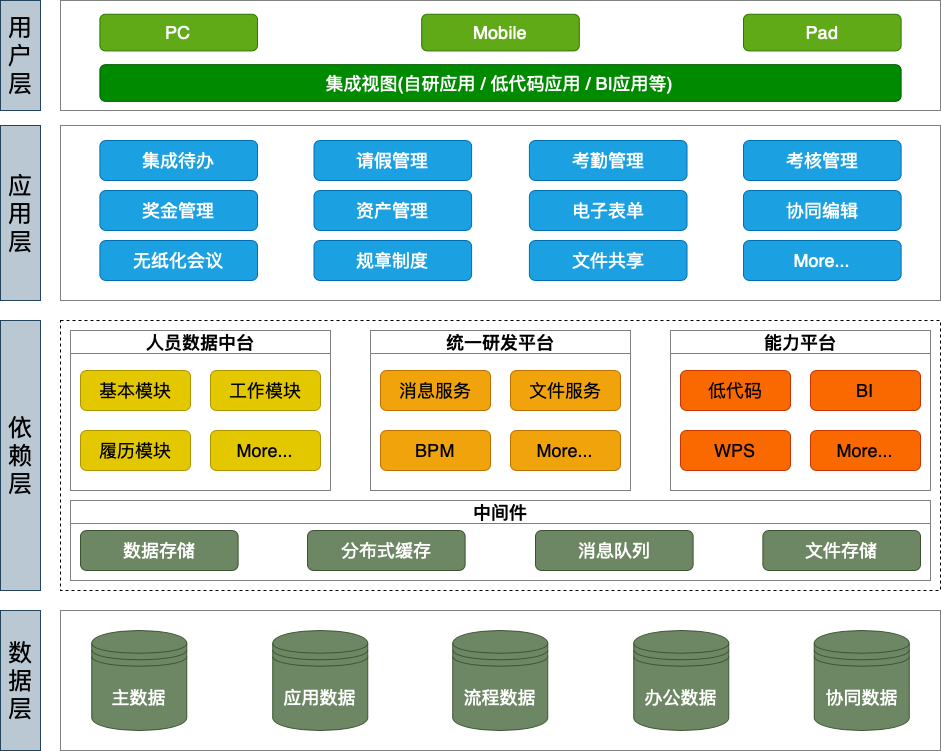
Before: cmp-platform-architecture-diagram.drawio.png, a diagram exported from draw.io (O70/diagram-hub). Source tidied: cells renumbered, new cells last; positions are measured from the earlier drawing's top-left corner, leaving out a move shared by most shapes. Its diagram source:
```xml
<mxGraphModel>
  <root>
    <mxCell id="0" />
    <mxCell id="1" parent="0" />
    <mxCell id="2" style="rounded=0;whiteSpace=wrap;html=1;dashed=1;" parent="1" vertex="1">
      <mxGeometry x="60" y="320" width="880" height="270" as="geometry" />
    </mxCell>
    <mxCell id="3" style="rounded=0;whiteSpace=wrap;html=1;strokeColor=#808080;" parent="1" vertex="1">
      <mxGeometry x="60" y="610" width="880" height="140" as="geometry" />
    </mxCell>
    <mxCell id="4" value="&lt;font size=&quot;5&quot;&gt;应用层&lt;/font&gt;" style="rounded=0;whiteSpace=wrap;html=1;fillColor=#bac8d3;strokeColor=#23445d;" parent="1" vertex="1">
      <mxGeometry y="125" width="40" height="175" as="geometry" />
    </mxCell>
    <mxCell id="5" value="&lt;font size=&quot;5&quot;&gt;依赖层&lt;/font&gt;" style="rounded=0;whiteSpace=wrap;html=1;fillColor=#bac8d3;strokeColor=#23445d;" parent="1" vertex="1">
      <mxGeometry y="320" width="40" height="270" as="geometry" />
    </mxCell>
    <mxCell id="6" style="group;" parent="1" vertex="1">
      <mxGeometry x="60" y="125" width="880" height="175" as="geometry" />
    </mxCell>
    <mxCell id="7" style="rounded=0;whiteSpace=wrap;html=1;flipH=0;flipV=1;strokeColor=#808080;" parent="6" vertex="1">
      <mxGeometry width="880" height="175" as="geometry" />
    </mxCell>
    <mxCell id="8" value="&lt;font size=&quot;4&quot;&gt;集成待办&lt;/font&gt;" style="rounded=1;whiteSpace=wrap;html=1;fillColor=#1ba1e2;fontColor=#ffffff;strokeColor=#006EAF;" parent="6" vertex="1">
      <mxGeometry x="39.4" y="15" width="157.6" height="40" as="geometry" />
    </mxCell>
    <mxCell id="9" value="&lt;font size=&quot;4&quot;&gt;请假管理&lt;/font&gt;" style="rounded=1;whiteSpace=wrap;html=1;fillColor=#1ba1e2;fontColor=#ffffff;strokeColor=#006EAF;" parent="6" vertex="1">
      <mxGeometry x="253.5" y="15" width="157.6" height="40" as="geometry" />
    </mxCell>
    <mxCell id="10" value="&lt;font size=&quot;4&quot;&gt;考勤管理&lt;/font&gt;" style="rounded=1;whiteSpace=wrap;html=1;fillColor=#1ba1e2;fontColor=#ffffff;strokeColor=#006EAF;" parent="6" vertex="1">
      <mxGeometry x="468.9" y="15" width="157.6" height="40" as="geometry" />
    </mxCell>
    <mxCell id="11" value="&lt;font size=&quot;4&quot;&gt;考核管理&lt;/font&gt;" style="rounded=1;whiteSpace=wrap;html=1;fillColor=#1ba1e2;fontColor=#ffffff;strokeColor=#006EAF;" parent="6" vertex="1">
      <mxGeometry x="683" y="15" width="157.6" height="40" as="geometry" />
    </mxCell>
    <mxCell id="12" value="&lt;font size=&quot;4&quot;&gt;奖金管理&lt;/font&gt;" style="rounded=1;whiteSpace=wrap;html=1;fillColor=#1ba1e2;fontColor=#ffffff;strokeColor=#006EAF;" parent="6" vertex="1">
      <mxGeometry x="39.4" y="65" width="157.6" height="40" as="geometry" />
    </mxCell>
    <mxCell id="13" value="&lt;font size=&quot;4&quot;&gt;资产管理&lt;/font&gt;" style="rounded=1;whiteSpace=wrap;html=1;fillColor=#1ba1e2;fontColor=#ffffff;strokeColor=#006EAF;" parent="6" vertex="1">
      <mxGeometry x="253.5" y="65" width="157.6" height="40" as="geometry" />
    </mxCell>
    <mxCell id="14" value="&lt;font style=&quot;font-size: 18px;&quot;&gt;电子表单&lt;/font&gt;" style="rounded=1;whiteSpace=wrap;html=1;fillColor=#1ba1e2;fontColor=#ffffff;strokeColor=#006EAF;" parent="6" vertex="1">
      <mxGeometry x="468.9" y="65" width="157.6" height="40" as="geometry" />
    </mxCell>
    <mxCell id="15" value="&lt;font size=&quot;4&quot;&gt;协同编辑&lt;/font&gt;" style="rounded=1;whiteSpace=wrap;html=1;fillColor=#1ba1e2;fontColor=#ffffff;strokeColor=#006EAF;" parent="6" vertex="1">
      <mxGeometry x="683" y="65" width="157.6" height="40" as="geometry" />
    </mxCell>
    <mxCell id="16" value="&lt;font size=&quot;4&quot;&gt;无纸化会议&lt;/font&gt;" style="rounded=1;whiteSpace=wrap;html=1;fillColor=#1ba1e2;fontColor=#ffffff;strokeColor=#006EAF;" parent="6" vertex="1">
      <mxGeometry x="39.4" y="115" width="157.6" height="40" as="geometry" />
    </mxCell>
    <mxCell id="17" value="&lt;font size=&quot;4&quot;&gt;规章制度&lt;/font&gt;" style="rounded=1;whiteSpace=wrap;html=1;fillColor=#1ba1e2;fontColor=#ffffff;strokeColor=#006EAF;" parent="6" vertex="1">
      <mxGeometry x="253.5" y="115" width="157.6" height="40" as="geometry" />
    </mxCell>
    <mxCell id="18" value="&lt;font size=&quot;4&quot;&gt;文件共享&lt;/font&gt;" style="rounded=1;whiteSpace=wrap;html=1;fillColor=#1ba1e2;fontColor=#ffffff;strokeColor=#006EAF;" parent="6" vertex="1">
      <mxGeometry x="468.9" y="115" width="157.6" height="40" as="geometry" />
    </mxCell>
    <mxCell id="19" value="&lt;font size=&quot;4&quot;&gt;More...&lt;/font&gt;" style="rounded=1;whiteSpace=wrap;html=1;fillColor=#1ba1e2;fontColor=#ffffff;strokeColor=#006EAF;" parent="6" vertex="1">
      <mxGeometry x="683" y="115" width="157.6" height="40" as="geometry" />
    </mxCell>
    <mxCell id="20" value="&lt;font size=&quot;5&quot;&gt;用户层&lt;/font&gt;" style="rounded=0;whiteSpace=wrap;html=1;fillColor=#bac8d3;strokeColor=#23445d;" parent="1" vertex="1">
      <mxGeometry width="40" height="110" as="geometry" />
    </mxCell>
    <mxCell id="21" style="group;" parent="1" vertex="1">
      <mxGeometry x="60" width="880" height="110" as="geometry" />
    </mxCell>
    <mxCell id="22" style="rounded=0;whiteSpace=wrap;html=1;strokeColor=#808080;" parent="21" vertex="1">
      <mxGeometry width="880" height="110" as="geometry" />
    </mxCell>
    <mxCell id="23" value="&lt;font size=&quot;4&quot;&gt;PC&lt;/font&gt;" style="rounded=1;whiteSpace=wrap;html=1;fillColor=#60a917;fontColor=#ffffff;strokeColor=#2D7600;" parent="21" vertex="1">
      <mxGeometry x="39.4" y="13.8" width="157.6" height="36.7" as="geometry" />
    </mxCell>
    <mxCell id="24" value="&lt;font size=&quot;4&quot;&gt;Mobile&lt;/font&gt;" style="rounded=1;whiteSpace=wrap;html=1;fillColor=#60a917;fontColor=#ffffff;strokeColor=#2D7600;" parent="21" vertex="1">
      <mxGeometry x="361.2" y="13.8" width="157.6" height="36.7" as="geometry" />
    </mxCell>
    <mxCell id="25" value="&lt;font size=&quot;4&quot;&gt;Pad&lt;/font&gt;" style="rounded=1;whiteSpace=wrap;html=1;fillColor=#60a917;fontColor=#ffffff;strokeColor=#2D7600;" parent="21" vertex="1">
      <mxGeometry x="683" y="13.8" width="157.6" height="36.7" as="geometry" />
    </mxCell>
    <mxCell id="26" value="&lt;font size=&quot;4&quot;&gt;集成视图(自研应用 / 低代码应用 / BI应用等)&lt;/font&gt;" style="rounded=1;whiteSpace=wrap;html=1;fillColor=#008a00;fontColor=#ffffff;strokeColor=#005700;" parent="21" vertex="1">
      <mxGeometry x="39.4" y="64.2" width="801.2" height="36.7" as="geometry" />
    </mxCell>
    <mxCell id="27" value="&lt;font size=&quot;4&quot;&gt;基本模块&lt;/font&gt;" style="rounded=1;whiteSpace=wrap;html=1;fillColor=#e3c800;strokeColor=#B09500;fontColor=#000000;" parent="1" vertex="1">
      <mxGeometry x="80" y="370" width="110" height="40" as="geometry" />
    </mxCell>
    <mxCell id="28" value="&lt;font size=&quot;4&quot;&gt;文件服务&lt;/font&gt;" style="rounded=1;whiteSpace=wrap;html=1;fillColor=#f0a30a;strokeColor=#BD7000;fontColor=#000000;" parent="1" vertex="1">
      <mxGeometry x="510" y="370" width="110" height="40" as="geometry" />
    </mxCell>
    <mxCell id="29" value="&lt;font size=&quot;4&quot;&gt;消息服务&lt;/font&gt;" style="rounded=1;whiteSpace=wrap;html=1;fillColor=#f0a30a;strokeColor=#BD7000;fontColor=#000000;" parent="1" vertex="1">
      <mxGeometry x="380" y="370" width="110" height="40" as="geometry" />
    </mxCell>
    <mxCell id="30" value="&lt;font size=&quot;4&quot;&gt;BI&lt;/font&gt;" style="rounded=1;whiteSpace=wrap;html=1;fillColor=#fa6800;fontColor=#000000;strokeColor=#C73500;" parent="1" vertex="1">
      <mxGeometry x="810" y="370" width="110" height="40" as="geometry" />
    </mxCell>
    <mxCell id="31" value="&lt;font size=&quot;4&quot;&gt;低代码&lt;/font&gt;" style="rounded=1;whiteSpace=wrap;html=1;fillColor=#fa6800;fontColor=#000000;strokeColor=#C73500;" parent="1" vertex="1">
      <mxGeometry x="680" y="370" width="110" height="40" as="geometry" />
    </mxCell>
    <mxCell id="32" value="&lt;font size=&quot;4&quot;&gt;More...&lt;/font&gt;" style="rounded=1;whiteSpace=wrap;html=1;fillColor=#e3c800;strokeColor=#B09500;fontColor=#000000;" parent="1" vertex="1">
      <mxGeometry x="210" y="430" width="110" height="40" as="geometry" />
    </mxCell>
    <mxCell id="33" value="&lt;font size=&quot;4&quot;&gt;履历模块&lt;/font&gt;" style="rounded=1;whiteSpace=wrap;html=1;fillColor=#e3c800;strokeColor=#B09500;fontColor=#000000;" parent="1" vertex="1">
      <mxGeometry x="80" y="430" width="110" height="40" as="geometry" />
    </mxCell>
    <mxCell id="34" value="&lt;font size=&quot;4&quot;&gt;More...&lt;/font&gt;" style="rounded=1;whiteSpace=wrap;html=1;fillColor=#fa6800;fontColor=#000000;strokeColor=#C73500;" parent="1" vertex="1">
      <mxGeometry x="810" y="430" width="110" height="40" as="geometry" />
    </mxCell>
    <mxCell id="35" value="&lt;font size=&quot;4&quot;&gt;WPS&lt;/font&gt;" style="rounded=1;whiteSpace=wrap;html=1;fillColor=#fa6800;fontColor=#000000;strokeColor=#C73500;" parent="1" vertex="1">
      <mxGeometry x="680" y="430" width="110" height="40" as="geometry" />
    </mxCell>
    <mxCell id="36" value="&lt;font style=&quot;font-size: 18px;&quot;&gt;人员数据中台&lt;/font&gt;" style="swimlane;whiteSpace=wrap;html=1;startSize=23;strokeColor=#808080;" parent="1" vertex="1">
      <mxGeometry x="70" y="330" width="260" height="160" as="geometry" />
    </mxCell>
    <mxCell id="37" value="&lt;font size=&quot;4&quot;&gt;工作模块&lt;/font&gt;" style="rounded=1;whiteSpace=wrap;html=1;fillColor=#e3c800;strokeColor=#B09500;fontColor=#000000;" parent="36" vertex="1">
      <mxGeometry x="140" y="40" width="110" height="40" as="geometry" />
    </mxCell>
    <mxCell id="38" value="&lt;font size=&quot;4&quot;&gt;统一研发平台&lt;/font&gt;" style="swimlane;whiteSpace=wrap;html=1;startSize=23;strokeColor=#808080;" parent="1" vertex="1">
      <mxGeometry x="370" y="330" width="260" height="160" as="geometry" />
    </mxCell>
    <mxCell id="39" value="&lt;font size=&quot;4&quot;&gt;More...&lt;/font&gt;" style="rounded=1;whiteSpace=wrap;html=1;fillColor=#f0a30a;strokeColor=#BD7000;fontColor=#000000;" parent="38" vertex="1">
      <mxGeometry x="140" y="100" width="110" height="40" as="geometry" />
    </mxCell>
    <mxCell id="40" value="&lt;font size=&quot;4&quot;&gt;BPM&lt;/font&gt;" style="rounded=1;whiteSpace=wrap;html=1;fillColor=#f0a30a;strokeColor=#BD7000;fontColor=#000000;" parent="38" vertex="1">
      <mxGeometry x="10" y="100" width="110" height="40" as="geometry" />
    </mxCell>
    <mxCell id="41" value="&lt;font size=&quot;4&quot;&gt;能力平台&lt;/font&gt;" style="swimlane;whiteSpace=wrap;html=1;startSize=23;strokeColor=#808080;" parent="1" vertex="1">
      <mxGeometry x="670" y="330" width="260" height="160" as="geometry" />
    </mxCell>
    <mxCell id="42" value="&lt;font size=&quot;5&quot;&gt;数据层&lt;/font&gt;" style="rounded=0;whiteSpace=wrap;html=1;fillColor=#bac8d3;strokeColor=#23445d;" parent="1" vertex="1">
      <mxGeometry y="610" width="40" height="140" as="geometry" />
    </mxCell>
    <mxCell id="43" value="&lt;font style=&quot;font-size: 18px;&quot;&gt;中间件&lt;/font&gt;" style="swimlane;whiteSpace=wrap;html=1;strokeColor=#808080;" parent="1" vertex="1">
      <mxGeometry x="70" y="500" width="860" height="80" as="geometry" />
    </mxCell>
    <mxCell id="44" value="&lt;font size=&quot;4&quot;&gt;数据存储&lt;/font&gt;" style="rounded=1;whiteSpace=wrap;html=1;fillColor=#6d8764;fontColor=#ffffff;strokeColor=#3A5431;" parent="1" vertex="1">
      <mxGeometry x="80" y="530" width="157.6" height="40" as="geometry" />
    </mxCell>
    <mxCell id="45" value="&lt;font size=&quot;4&quot;&gt;分布式缓存&lt;/font&gt;" style="rounded=1;whiteSpace=wrap;html=1;fillColor=#6d8764;fontColor=#ffffff;strokeColor=#3A5431;" parent="1" vertex="1">
      <mxGeometry x="307" y="530" width="157.6" height="40" as="geometry" />
    </mxCell>
    <mxCell id="46" value="&lt;font size=&quot;4&quot;&gt;消息队列&lt;/font&gt;" style="rounded=1;whiteSpace=wrap;html=1;fillColor=#6d8764;fontColor=#ffffff;strokeColor=#3A5431;" parent="1" vertex="1">
      <mxGeometry x="535" y="530" width="157.6" height="40" as="geometry" />
    </mxCell>
    <mxCell id="47" value="&lt;font size=&quot;4&quot;&gt;文件存储&lt;/font&gt;" style="rounded=1;whiteSpace=wrap;html=1;fillColor=#6d8764;fontColor=#ffffff;strokeColor=#3A5431;" parent="1" vertex="1">
      <mxGeometry x="762.4" y="530" width="157.6" height="40" as="geometry" />
    </mxCell>
    <mxCell id="48" value="&lt;font style=&quot;font-size: 18px;&quot;&gt;主数据&lt;/font&gt;" style="shape=datastore;whiteSpace=wrap;html=1;fillColor=#6d8764;fontColor=#ffffff;strokeColor=#3A5431;" parent="1" vertex="1">
      <mxGeometry x="91.2" y="630" width="95" height="100" as="geometry" />
    </mxCell>
    <mxCell id="49" value="&lt;font size=&quot;4&quot;&gt;应用数据&lt;/font&gt;" style="shape=datastore;whiteSpace=wrap;html=1;fillColor=#6d8764;fontColor=#ffffff;strokeColor=#3A5431;" parent="1" vertex="1">
      <mxGeometry x="272.2" y="630" width="95" height="100" as="geometry" />
    </mxCell>
    <mxCell id="50" value="&lt;font size=&quot;4&quot;&gt;流程数据&lt;/font&gt;" style="shape=datastore;whiteSpace=wrap;html=1;fillColor=#6d8764;fontColor=#ffffff;strokeColor=#3A5431;" parent="1" vertex="1">
      <mxGeometry x="452.2" y="630" width="95" height="100" as="geometry" />
    </mxCell>
    <mxCell id="51" value="&lt;font size=&quot;4&quot;&gt;办公数据&lt;/font&gt;" style="shape=datastore;whiteSpace=wrap;html=1;fillColor=#6d8764;fontColor=#ffffff;strokeColor=#3A5431;" parent="1" vertex="1">
      <mxGeometry x="633.2" y="630" width="95" height="100" as="geometry" />
    </mxCell>
    <mxCell id="52" value="&lt;font size=&quot;4&quot;&gt;协同数据&lt;/font&gt;" style="shape=datastore;whiteSpace=wrap;html=1;fillColor=#6d8764;fontColor=#ffffff;strokeColor=#3A5431;" parent="1" vertex="1">
      <mxGeometry x="813.8" y="630" width="95" height="100" as="geometry" />
    </mxCell>
  </root>
</mxGraphModel>
```
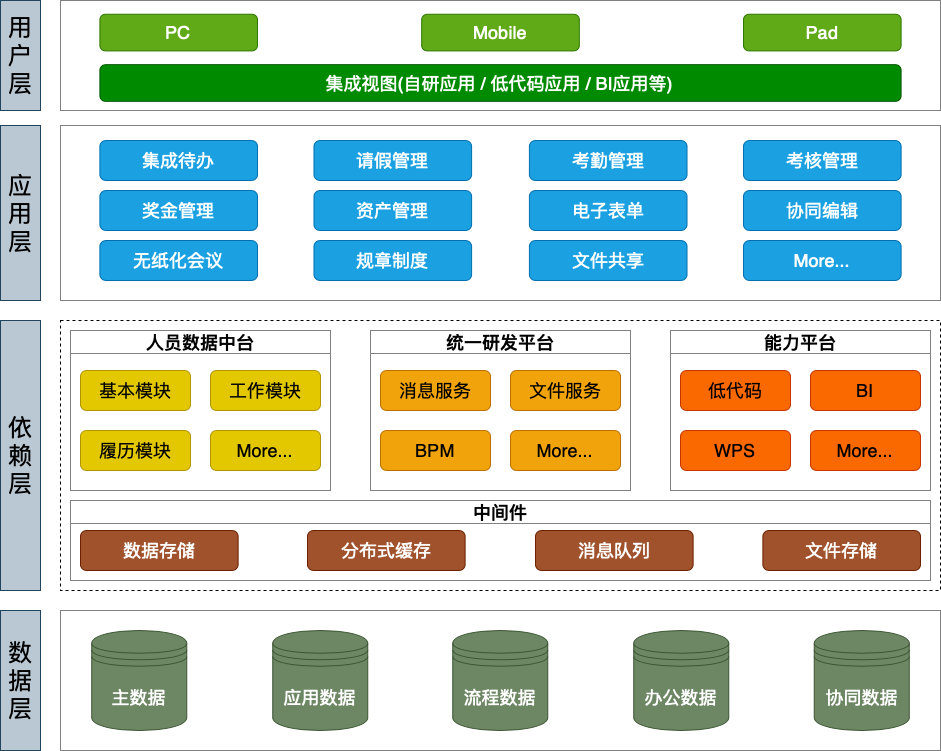
After the commit.

Diff of the diagram source:
```diff
@@ -128,16 +128,16 @@
     <mxCell id="43" value="&lt;font style=&quot;font-size: 18px;&quot;&gt;中间件&lt;/font&gt;" style="swimlane;whiteSpace=wrap;html=1;strokeColor=#808080;" parent="1" vertex="1">
       <mxGeometry x="70" y="500" width="860" height="80" as="geometry" />
     </mxCell>
-    <mxCell id="44" value="&lt;font size=&quot;4&quot;&gt;数据存储&lt;/font&gt;" style="rounded=1;whiteSpace=wrap;html=1;fillColor=#6d8764;fontColor=#ffffff;strokeColor=#3A5431;" parent="1" vertex="1">
+    <mxCell id="44" value="&lt;font size=&quot;4&quot;&gt;数据存储&lt;/font&gt;" style="rounded=1;whiteSpace=wrap;html=1;fillColor=#a0522d;fontColor=#ffffff;strokeColor=#6D1F00;" parent="1" vertex="1">
       <mxGeometry x="80" y="530" width="157.6" height="40" as="geometry" />
     </mxCell>
-    <mxCell id="45" value="&lt;font size=&quot;4&quot;&gt;分布式缓存&lt;/font&gt;" style="rounded=1;whiteSpace=wrap;html=1;fillColor=#6d8764;fontColor=#ffffff;strokeColor=#3A5431;" parent="1" vertex="1">
+    <mxCell id="45" value="&lt;font size=&quot;4&quot;&gt;分布式缓存&lt;/font&gt;" style="rounded=1;whiteSpace=wrap;html=1;fillColor=#a0522d;fontColor=#ffffff;strokeColor=#6D1F00;" parent="1" vertex="1">
       <mxGeometry x="307" y="530" width="157.6" height="40" as="geometry" />
     </mxCell>
-    <mxCell id="46" value="&lt;font size=&quot;4&quot;&gt;消息队列&lt;/font&gt;" style="rounded=1;whiteSpace=wrap;html=1;fillColor=#6d8764;fontColor=#ffffff;strokeColor=#3A5431;" parent="1" vertex="1">
+    <mxCell id="46" value="&lt;font size=&quot;4&quot;&gt;消息队列&lt;/font&gt;" style="rounded=1;whiteSpace=wrap;html=1;fillColor=#a0522d;fontColor=#ffffff;strokeColor=#6D1F00;" parent="1" vertex="1">
       <mxGeometry x="535" y="530" width="157.6" height="40" as="geometry" />
     </mxCell>
-    <mxCell id="47" value="&lt;font size=&quot;4&quot;&gt;文件存储&lt;/font&gt;" style="rounded=1;whiteSpace=wrap;html=1;fillColor=#6d8764;fontColor=#ffffff;strokeColor=#3A5431;" parent="1" vertex="1">
+    <mxCell id="47" value="&lt;font size=&quot;4&quot;&gt;文件存储&lt;/font&gt;" style="rounded=1;whiteSpace=wrap;html=1;fillColor=#a0522d;fontColor=#ffffff;strokeColor=#6D1F00;" parent="1" vertex="1">
       <mxGeometry x="762.4" y="530" width="157.6" height="40" as="geometry" />
     </mxCell>
     <mxCell id="48" value="&lt;font style=&quot;font-size: 18px;&quot;&gt;主数据&lt;/font&gt;" style="shape=datastore;whiteSpace=wrap;html=1;fillColor=#6d8764;fontColor=#ffffff;strokeColor=#3A5431;" parent="1" vertex="1">
```
